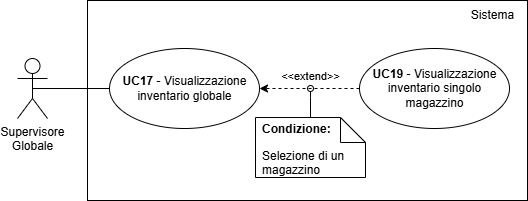
teamcodealchemists/docs keeps this draw.io diagram as documents/rtb/assets/UC17.png. Above is the earlier version. Source tidied: cells renumbered, new cells last; positions are measured from the earlier drawing's top-left corner, leaving out a move shared by most shapes. Source of this version:
```xml
<mxGraphModel>
  <root>
    <mxCell id="0" />
    <mxCell id="1" parent="0" />
    <mxCell id="2" value="Supervisore&lt;div&gt;Globale&lt;/div&gt;" style="shape=umlActor;verticalLabelPosition=bottom;verticalAlign=top;html=1;outlineConnect=0;" parent="1" vertex="1">
      <mxGeometry y="58" width="30" height="60" as="geometry" />
    </mxCell>
    <mxCell id="3" style="rounded=0;whiteSpace=wrap;html=1;" parent="1" vertex="1">
      <mxGeometry x="70" width="440" height="200" as="geometry" />
    </mxCell>
    <mxCell id="4" style="ellipse;whiteSpace=wrap;html=1;fontStyle=1;" parent="1" vertex="1">
      <mxGeometry x="92" y="48" width="150" height="80" as="geometry" />
    </mxCell>
    <mxCell id="5" value="&lt;b&gt;UC17&amp;nbsp;&lt;/b&gt;- Visualizzazione&lt;div&gt;inventario globale&lt;/div&gt;" style="text;html=1;align=center;verticalAlign=middle;strokeColor=none;fillColor=none;" parent="1" vertex="1">
      <mxGeometry x="92" y="68" width="150" height="40" as="geometry" />
    </mxCell>
    <mxCell id="6" style="endArrow=none;html=1;rounded=0;entryX=0;entryY=0.5;entryDx=0;entryDy=0;exitX=0.5;exitY=0.5;exitDx=0;exitDy=0;exitPerimeter=0;" parent="1" edge="1" source="2" target="4">
      <mxGeometry relative="1" as="geometry" />
    </mxCell>
    <mxCell id="7" style="edgeStyle=orthogonalEdgeStyle;rounded=0;jettySize=auto;html=1;entryX=1;entryY=0.5;entryDx=0;entryDy=0;dashed=1;" parent="1" edge="1" source="9" target="4">
      <mxGeometry relative="1" as="geometry" />
    </mxCell>
    <mxCell id="8" value="&amp;lt;&amp;lt;extend&amp;gt;&amp;gt;" style="edgeLabel;html=1;align=center;verticalAlign=middle;" parent="7" vertex="1">
      <mxGeometry x="-0.17" y="-3" relative="1" as="geometry">
        <mxPoint x="-8" y="-9" as="offset" />
      </mxGeometry>
    </mxCell>
    <mxCell id="9" style="ellipse;whiteSpace=wrap;html=1;fontStyle=1;" parent="1" vertex="1">
      <mxGeometry x="342" y="48" width="150" height="80" as="geometry" />
    </mxCell>
    <mxCell id="10" value="&lt;b&gt;UC19&amp;nbsp;&lt;/b&gt;- Visualizzazione&lt;div&gt;inventario&amp;nbsp;&lt;span style=&quot;background-color: transparent; color: light-dark(rgb(0, 0, 0), rgb(255, 255, 255));&quot;&gt;singolo&lt;/span&gt;&lt;/div&gt;&lt;div&gt;&lt;span style=&quot;background-color: transparent; color: light-dark(rgb(0, 0, 0), rgb(255, 255, 255));&quot;&gt;magazzino&lt;/span&gt;&lt;/div&gt;" style="text;html=1;align=center;verticalAlign=middle;strokeColor=none;fillColor=none;" parent="1" vertex="1">
      <mxGeometry x="342" y="58" width="150" height="60" as="geometry" />
    </mxCell>
    <mxCell id="11" value="Selezione di un magazzino" style="shape=note2;boundedLbl=1;whiteSpace=wrap;html=1;size=25;verticalAlign=top;align=left;spacingLeft=5;" parent="1" vertex="1">
      <mxGeometry x="238" y="117" width="110" height="60" as="geometry" />
    </mxCell>
    <mxCell id="12" value="&lt;b&gt;Condizione:&lt;/b&gt;" style="strokeColor=none;fillColor=none;align=left;spacingLeft=5;whiteSpace=wrap;html=1;" parent="11" vertex="1">
      <mxGeometry width="110" height="25" relative="1" as="geometry" />
    </mxCell>
    <mxCell id="13" style="edgeStyle=orthogonalEdgeStyle;rounded=0;jettySize=auto;html=1;endArrow=oval;endFill=0;" parent="1" edge="1" source="12">
      <mxGeometry relative="1" as="geometry">
        <mxPoint x="293" y="88" as="targetPoint" />
      </mxGeometry>
    </mxCell>
    <mxCell id="14" value="Sistema" style="text;html=1;align=center;verticalAlign=middle;strokeColor=none;fillColor=none;" parent="1" vertex="1">
      <mxGeometry x="440" width="70" height="30" as="geometry" />
    </mxCell>
  </root>
</mxGraphModel>
```
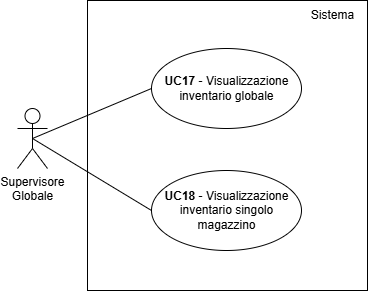
Above is the later version.

Change to the diagram source:
```diff
@@ -3,47 +3,31 @@
     <mxCell id="0" />
     <mxCell id="1" parent="0" />
     <mxCell id="2" value="Supervisore&lt;div&gt;Globale&lt;/div&gt;" style="shape=umlActor;verticalLabelPosition=bottom;verticalAlign=top;html=1;outlineConnect=0;" parent="1" vertex="1">
-      <mxGeometry y="58" width="30" height="60" as="geometry" />
+      <mxGeometry y="108" width="30" height="60" as="geometry" />
     </mxCell>
     <mxCell id="3" style="rounded=0;whiteSpace=wrap;html=1;" parent="1" vertex="1">
-      <mxGeometry x="70" width="440" height="200" as="geometry" />
+      <mxGeometry x="70" width="280" height="290" as="geometry" />
     </mxCell>
     <mxCell id="4" style="ellipse;whiteSpace=wrap;html=1;fontStyle=1;" parent="1" vertex="1">
-      <mxGeometry x="92" y="48" width="150" height="80" as="geometry" />
+      <mxGeometry x="134" y="48" width="150" height="80" as="geometry" />
     </mxCell>
     <mxCell id="5" value="&lt;b&gt;UC17&amp;nbsp;&lt;/b&gt;- Visualizzazione&lt;div&gt;inventario globale&lt;/div&gt;" style="text;html=1;align=center;verticalAlign=middle;strokeColor=none;fillColor=none;" parent="1" vertex="1">
-      <mxGeometry x="92" y="68" width="150" height="40" as="geometry" />
+      <mxGeometry x="134" y="68" width="150" height="40" as="geometry" />
     </mxCell>
     <mxCell id="6" style="endArrow=none;html=1;rounded=0;entryX=0;entryY=0.5;entryDx=0;entryDy=0;exitX=0.5;exitY=0.5;exitDx=0;exitDy=0;exitPerimeter=0;" parent="1" edge="1" source="2" target="4">
       <mxGeometry relative="1" as="geometry" />
     </mxCell>
-    <mxCell id="7" style="edgeStyle=orthogonalEdgeStyle;rounded=0;jettySize=auto;html=1;entryX=1;entryY=0.5;entryDx=0;entryDy=0;dashed=1;" parent="1" edge="1" source="9" target="4">
-      <mxGeometry relative="1" as="geometry" />
-    </mxCell>
-    <mxCell id="8" value="&amp;lt;&amp;lt;extend&amp;gt;&amp;gt;" style="edgeLabel;html=1;align=center;verticalAlign=middle;" parent="7" vertex="1">
-      <mxGeometry x="-0.17" y="-3" relative="1" as="geometry">
-        <mxPoint x="-8" y="-9" as="offset" />
-      </mxGeometry>
-    </mxCell>
     <mxCell id="9" style="ellipse;whiteSpace=wrap;html=1;fontStyle=1;" parent="1" vertex="1">
-      <mxGeometry x="342" y="48" width="150" height="80" as="geometry" />
+      <mxGeometry x="134" y="170" width="150" height="80" as="geometry" />
     </mxCell>
-    <mxCell id="10" value="&lt;b&gt;UC19&amp;nbsp;&lt;/b&gt;- Visualizzazione&lt;div&gt;inventario&amp;nbsp;&lt;span style=&quot;background-color: transparent; color: light-dark(rgb(0, 0, 0), rgb(255, 255, 255));&quot;&gt;singolo&lt;/span&gt;&lt;/div&gt;&lt;div&gt;&lt;span style=&quot;background-color: transparent; color: light-dark(rgb(0, 0, 0), rgb(255, 255, 255));&quot;&gt;magazzino&lt;/span&gt;&lt;/div&gt;" style="text;html=1;align=center;verticalAlign=middle;strokeColor=none;fillColor=none;" parent="1" vertex="1">
-      <mxGeometry x="342" y="58" width="150" height="60" as="geometry" />
+    <mxCell id="10" value="&lt;b&gt;UC18&amp;nbsp;&lt;/b&gt;- Visualizzazione&lt;div&gt;inventario&amp;nbsp;&lt;span style=&quot;background-color: transparent; color: light-dark(rgb(0, 0, 0), rgb(255, 255, 255));&quot;&gt;singolo&lt;/span&gt;&lt;/div&gt;&lt;div&gt;&lt;span style=&quot;background-color: transparent; color: light-dark(rgb(0, 0, 0), rgb(255, 255, 255));&quot;&gt;magazzino&lt;/span&gt;&lt;/div&gt;" style="text;html=1;align=center;verticalAlign=middle;strokeColor=none;fillColor=none;" parent="1" vertex="1">
+      <mxGeometry x="134" y="180" width="150" height="60" as="geometry" />
     </mxCell>
-    <mxCell id="11" value="Selezione di un magazzino" style="shape=note2;boundedLbl=1;whiteSpace=wrap;html=1;size=25;verticalAlign=top;align=left;spacingLeft=5;" parent="1" vertex="1">
-      <mxGeometry x="238" y="117" width="110" height="60" as="geometry" />
-    </mxCell>
-    <mxCell id="12" value="&lt;b&gt;Condizione:&lt;/b&gt;" style="strokeColor=none;fillColor=none;align=left;spacingLeft=5;whiteSpace=wrap;html=1;" parent="11" vertex="1">
-      <mxGeometry width="110" height="25" relative="1" as="geometry" />
-    </mxCell>
-    <mxCell id="13" style="edgeStyle=orthogonalEdgeStyle;rounded=0;jettySize=auto;html=1;endArrow=oval;endFill=0;" parent="1" edge="1" source="12">
-      <mxGeometry relative="1" as="geometry">
-        <mxPoint x="293" y="88" as="targetPoint" />
-      </mxGeometry>
-    </mxCell>
     <mxCell id="14" value="Sistema" style="text;html=1;align=center;verticalAlign=middle;strokeColor=none;fillColor=none;" parent="1" vertex="1">
-      <mxGeometry x="440" width="70" height="30" as="geometry" />
+      <mxGeometry x="280" width="70" height="30" as="geometry" />
     </mxCell>
+    <mxCell id="15" style="endArrow=none;html=1;rounded=0;exitX=0.5;exitY=0.5;exitDx=0;exitDy=0;exitPerimeter=0;entryX=0;entryY=0.5;entryDx=0;entryDy=0;" parent="1" edge="1" source="2" target="9">
+      <mxGeometry relative="1" as="geometry" />
+    </mxCell>
   </root>
 </mxGraphModel>
```
